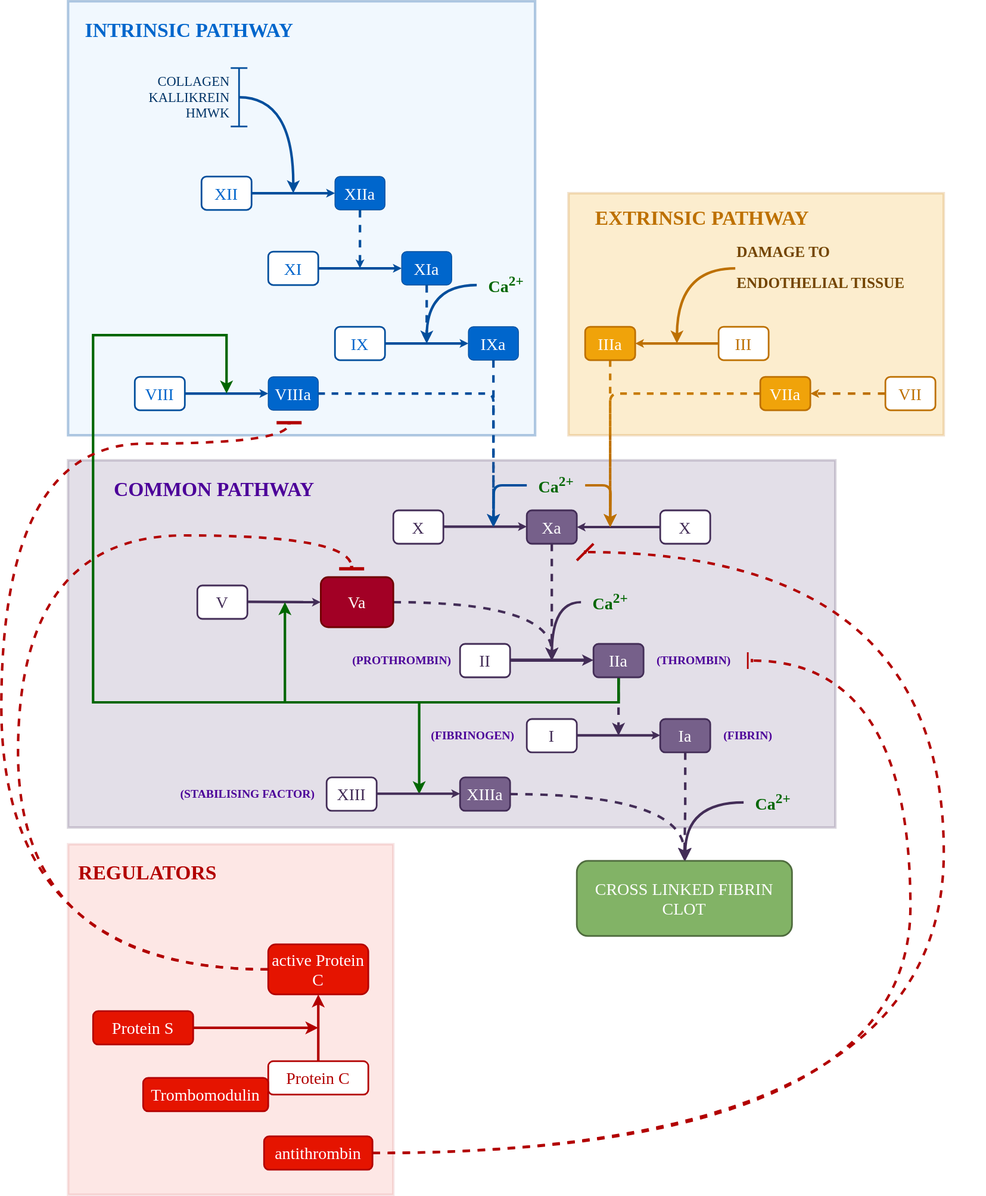
rmvpaeme/stolling keeps this draw.io diagram as images/APC.drawio.svg. Above is the earlier version. Source tidied: cells renumbered, new cells last; positions are measured from the earlier drawing's top-left corner, leaving out a move shared by most shapes.
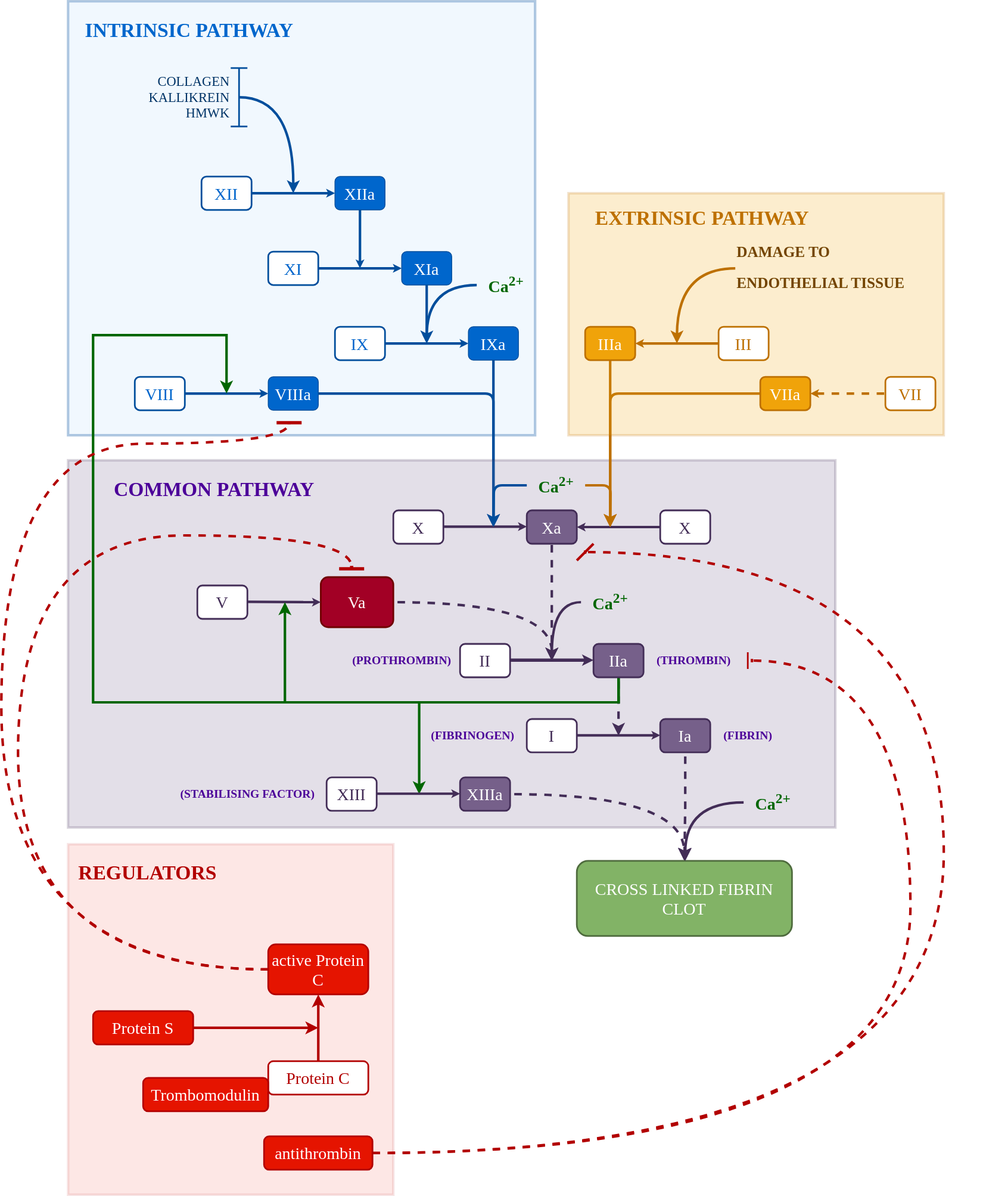
After the commit.

Diff of the diagram source:
```diff
@@ -11,7 +11,7 @@
     <mxCell id="4" style="rounded=0;whiteSpace=wrap;html=1;fillColor=#D1E6FC;strokeWidth=3;strokeColor=#004E9C;opacity=30;" parent="1" vertex="1">
       <mxGeometry x="80" width="560" height="520" as="geometry" />
     </mxCell>
-    <mxCell id="5" style="edgeStyle=orthogonalEdgeStyle;rounded=0;jettySize=auto;html=1;strokeWidth=3;endSize=1;strokeColor=#004e9c;dashed=1;flowAnimation=1;" parent="1" edge="1" source="6">
+    <mxCell id="5" style="edgeStyle=orthogonalEdgeStyle;rounded=0;jettySize=auto;html=1;strokeWidth=3;endSize=1;strokeColor=#004e9c;flowAnimation=0;" parent="1" edge="1" source="6">
       <mxGeometry relative="1" as="geometry">
         <mxPoint x="430" y="320" as="targetPoint" />
       </mxGeometry>
@@ -39,7 +39,7 @@
     <mxCell id="12" style="shape=crossbar;whiteSpace=wrap;html=1;rounded=1;direction=south;strokeWidth=2;fillColor=#004E9C;strokeColor=#004E9C;" parent="1" vertex="1">
       <mxGeometry x="275" y="80" width="20" height="70" as="geometry" />
     </mxCell>
-    <mxCell id="13" style="edgeStyle=orthogonalEdgeStyle;rounded=0;jettySize=auto;html=1;strokeWidth=3;endSize=1;strokeColor=#004e9c;dashed=1;flowAnimation=1;" parent="1" edge="1" source="14">
+    <mxCell id="13" style="edgeStyle=orthogonalEdgeStyle;rounded=0;jettySize=auto;html=1;strokeWidth=3;endSize=1;strokeColor=#004e9c;flowAnimation=0;" parent="1" edge="1" source="14">
       <mxGeometry relative="1" as="geometry">
         <mxPoint x="510" y="410" as="targetPoint" />
       </mxGeometry>
@@ -53,7 +53,7 @@
     <mxCell id="16" value="&lt;font style=&quot;font-size: 20px;&quot; face=&quot;Tahoma&quot;&gt;XI&lt;/font&gt;" style="rounded=1;whiteSpace=wrap;html=1;fillColor=#ffffff;fontColor=#0066CC;strokeColor=#004E9C;strokeWidth=2;" parent="1" vertex="1">
       <mxGeometry x="320" y="300" width="60" height="40" as="geometry" />
     </mxCell>
-    <mxCell id="17" style="edgeStyle=orthogonalEdgeStyle;rounded=0;jettySize=auto;html=1;strokeWidth=3;strokeColor=#004e9c;dashed=1;flowAnimation=1;" parent="1" edge="1" source="18">
+    <mxCell id="17" style="edgeStyle=orthogonalEdgeStyle;rounded=0;jettySize=auto;html=1;strokeWidth=3;strokeColor=#004e9c;flowAnimation=0;" parent="1" edge="1" source="18">
       <mxGeometry relative="1" as="geometry">
         <mxPoint x="590" y="630" as="targetPoint" />
       </mxGeometry>
@@ -67,7 +67,7 @@
     <mxCell id="20" value="&lt;font style=&quot;font-size: 20px;&quot; face=&quot;Tahoma&quot;&gt;IX&lt;/font&gt;" style="rounded=1;whiteSpace=wrap;html=1;fillColor=#ffffff;fontColor=#0066CC;strokeColor=#004E9C;strokeWidth=2;" parent="1" vertex="1">
       <mxGeometry x="400" y="390" width="60" height="40" as="geometry" />
     </mxCell>
-    <mxCell id="21" style="edgeStyle=orthogonalEdgeStyle;rounded=1;jettySize=auto;html=1;curved=0;jumpStyle=arc;strokeWidth=3;strokeColor=#004e9c;flowAnimation=1;" parent="1" edge="1" source="22">
+    <mxCell id="21" style="edgeStyle=orthogonalEdgeStyle;rounded=1;jettySize=auto;html=1;curved=0;jumpStyle=arc;strokeWidth=3;strokeColor=#004e9c;flowAnimation=0;" parent="1" edge="1" source="22">
       <mxGeometry relative="1" as="geometry">
         <mxPoint x="590" y="630" as="targetPoint" />
         <Array as="points">
@@ -217,13 +217,13 @@
     <mxCell id="55" value="&lt;font color=&quot;#ffffff&quot; face=&quot;Tahoma&quot;&gt;&lt;span style=&quot;font-size: 20px;&quot;&gt;CROSS LINKED FIBRIN CLOT&lt;/span&gt;&lt;/font&gt;" style="rounded=1;whiteSpace=wrap;html=1;fillColor=#82B366;strokeColor=#4E6B3D;strokeWidth=2;fillStyle=solid;" parent="1" vertex="1">
       <mxGeometry x="690" y="1030" width="258" height="90" as="geometry" />
     </mxCell>
-    <mxCell id="56" style="edgeStyle=orthogonalEdgeStyle;rounded=0;orthogonalLoop=1;jettySize=auto;html=1;strokeColor=#BD7000;strokeWidth=3;flowAnimation=1;" parent="1" edge="1">
+    <mxCell id="56" style="edgeStyle=orthogonalEdgeStyle;rounded=0;orthogonalLoop=1;jettySize=auto;html=1;strokeColor=#BD7000;strokeWidth=3;flowAnimation=0;" parent="1" edge="1">
       <mxGeometry relative="1" as="geometry">
         <mxPoint x="730" y="430" as="sourcePoint" />
         <mxPoint x="730" y="630" as="targetPoint" />
       </mxGeometry>
     </mxCell>
-    <mxCell id="57" style="edgeStyle=orthogonalEdgeStyle;rounded=1;orthogonalLoop=1;jettySize=auto;html=1;curved=0;strokeColor=#BD7000;strokeWidth=3;flowAnimation=1;" parent="1" edge="1">
+    <mxCell id="57" style="edgeStyle=orthogonalEdgeStyle;rounded=1;orthogonalLoop=1;jettySize=auto;html=1;curved=0;strokeColor=#BD7000;strokeWidth=3;flowAnimation=0;" parent="1" edge="1">
       <mxGeometry relative="1" as="geometry">
         <mxPoint x="910" y="470" as="sourcePoint" />
         <mxPoint x="730" y="630" as="targetPoint" />
@@ -267,7 +267,7 @@
     <mxCell id="66" value="&lt;font color=&quot;#b20000&quot; face=&quot;Tahoma&quot;&gt;&lt;span style=&quot;font-size: 20px;&quot;&gt;Protein C&lt;/span&gt;&lt;/font&gt;" style="rounded=1;whiteSpace=wrap;html=1;strokeWidth=2;strokeColor=#B20000;" parent="1" vertex="1">
       <mxGeometry x="320" y="1270" width="120" height="40" as="geometry" />
     </mxCell>
-    <mxCell id="67" style="edgeStyle=orthogonalEdgeStyle;rounded=0;jettySize=auto;html=1;curved=1;dashed=1;strokeColor=#B20000;endSize=0;startSize=0;strokeWidth=3;sourcePerimeterSpacing=0;endArrow=baseDash;endFill=0;flowAnimation=1;" parent="1" edge="1" source="69" target="72">
+    <mxCell id="67" style="edgeStyle=orthogonalEdgeStyle;rounded=0;jettySize=auto;html=1;curved=1;dashed=1;strokeColor=#B20000;endSize=0;startSize=0;strokeWidth=3;sourcePerimeterSpacing=0;endArrow=baseDash;endFill=0;flowAnimation=0;" parent="1" edge="1" source="69" target="72">
       <mxGeometry relative="1" as="geometry">
         <Array as="points">
           <mxPoint y="1160" />
@@ -310,7 +310,7 @@
         </Array>
       </mxGeometry>
     </mxCell>
-    <mxCell id="75" style="edgeStyle=orthogonalEdgeStyle;rounded=0;jettySize=auto;html=1;dashed=1;curved=1;strokeWidth=3;strokeColor=#B20000;endArrow=baseDash;endFill=0;endSize=0;startSize=5;flowAnimation=1;" parent="1" edge="1" source="76">
+    <mxCell id="75" style="edgeStyle=orthogonalEdgeStyle;rounded=0;jettySize=auto;html=1;dashed=1;curved=1;strokeWidth=3;strokeColor=#B20000;endArrow=baseDash;endFill=0;endSize=0;startSize=5;flowAnimation=0;" parent="1" edge="1" source="76">
       <mxGeometry relative="1" as="geometry">
         <mxPoint x="700" y="660" as="targetPoint" />
         <Array as="points">
@@ -322,7 +322,7 @@
     <mxCell id="76" value="&lt;font face=&quot;Tahoma&quot;&gt;&lt;span style=&quot;font-size: 20px;&quot;&gt;antithrombin&lt;/span&gt;&lt;/font&gt;" style="rounded=1;whiteSpace=wrap;html=1;fillColor=#e51400;fontColor=#ffffff;strokeColor=#B20000;strokeWidth=2;" parent="1" vertex="1">
       <mxGeometry x="315" y="1360" width="130" height="40" as="geometry" />
     </mxCell>
-    <mxCell id="77" style="edgeStyle=orthogonalEdgeStyle;rounded=0;jettySize=auto;html=1;dashed=1;endArrow=baseDash;endFill=0;strokeWidth=3;strokeColor=#B20000;curved=1;endSize=0;startSize=0;flowAnimation=1;" parent="1" edge="1" source="76" target="78">
+    <mxCell id="77" style="edgeStyle=orthogonalEdgeStyle;rounded=0;jettySize=auto;html=1;dashed=1;endArrow=baseDash;endFill=0;strokeWidth=3;strokeColor=#B20000;curved=1;endSize=0;startSize=0;flowAnimation=0;" parent="1" edge="1" source="76" target="78">
       <mxGeometry relative="1" as="geometry">
         <Array as="points">
           <mxPoint x="1090" y="1380" />
```
